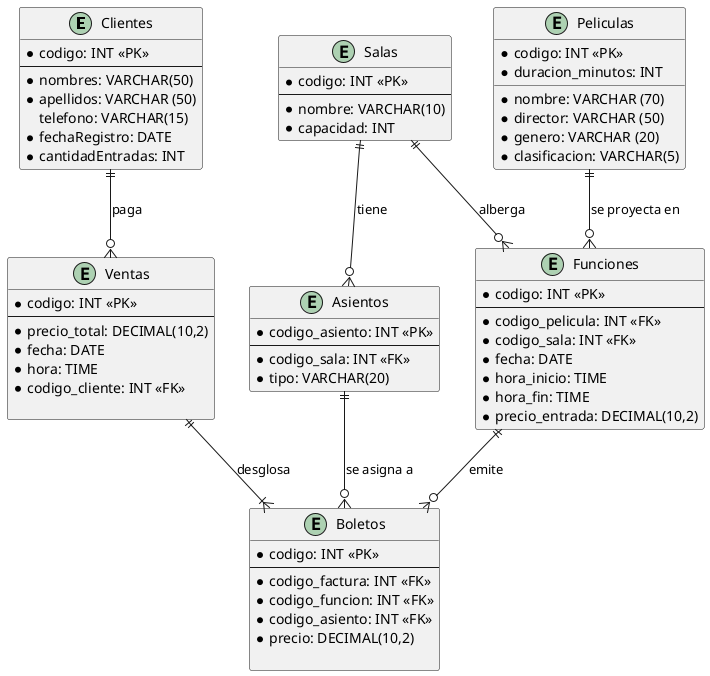
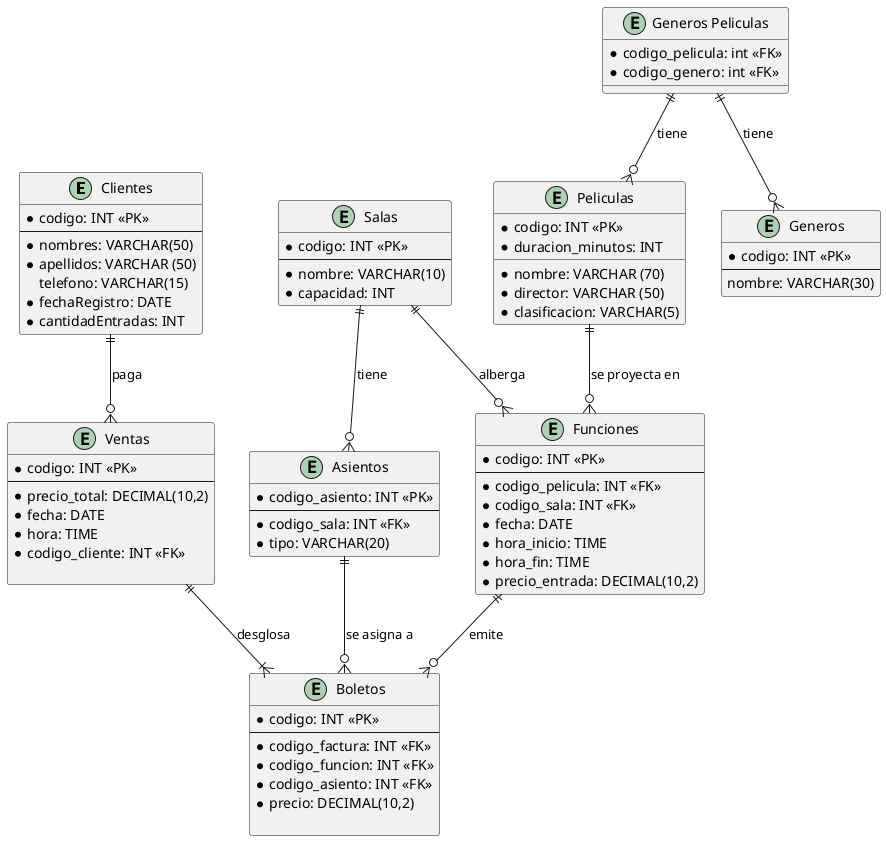
@startuml

entity "Clientes" as Clientes{
    * codigo: INT <<PK>>
    --
    * nombres: VARCHAR(50)
    * apellidos: VARCHAR (50)
    telefono: VARCHAR(15)
    * fechaRegistro: DATE
    * cantidadEntradas: INT
}

entity "Salas" as Salas{
    * codigo: INT <<PK>>
    --
    * nombre: VARCHAR(10)
    * capacidad: INT
}

entity "Peliculas" as Peliculas{
    * codigo: INT <<PK>>
    * nombre: VARCHAR (70)
    * director: VARCHAR (50)
-     * genero: VARCHAR (20)
    * duracion_minutos: INT
    * clasificacion: VARCHAR(5)
}

entity "Funciones" as Funciones{
    * codigo: INT <<PK>>
    --
    * codigo_pelicula: INT <<FK>>
    * codigo_sala: INT <<FK>>
    * fecha: DATE
    * hora_inicio: TIME
    * hora_fin: TIME
    * precio_entrada: DECIMAL(10,2)
}

entity "Asientos" as Asientos{
    * codigo_asiento: INT <<PK>>
    --
    * codigo_sala: INT <<FK>>
    * tipo: VARCHAR(20)
}

entity "Boletos" as Boletos{
    * codigo: INT <<PK>>
    --
    * codigo_factura: INT <<FK>>
    * codigo_funcion: INT <<FK>>
    * codigo_asiento: INT <<FK>>
    * precio: DECIMAL(10,2)

}
entity "Ventas" as Ventas{
    * codigo: INT <<PK>>
    --
    * precio_total: DECIMAL(10,2)
    * fecha: DATE
    * hora: TIME
    * codigo_cliente: INT <<FK>>

}
+ 
+ entity "Generos" as Generos{
+     * codigo: INT <<PK>>
+     --
+     nombre: VARCHAR(30)
+ }
+ 
+ entity "Generos Peliculas" as Generos_Peliculas{
+     * codigo_pelicula: int <<FK>>
+     * codigo_genero: int <<FK>>
+ }
+ 
+ Generos_Peliculas ||--o{ Generos : "tiene"
+ "Generos_Peliculas" ||--o{ Peliculas : "tiene"
+ 
' Una Sala tiene muchos Asientos
Salas ||--o{ Asientos : "tiene"

' Una Película tiene muchas Funciones
Peliculas ||--o{ Funciones : "se proyecta en"

' Una Sala tiene muchas Funciones
Salas ||--o{ Funciones : "alberga"

' Un Cliente tiene muchas Ventas
Clientes ||--o{ Ventas : "paga"

' Una Venta tiene muchos Boletos (Detalles)
Ventas ||--|{ Boletos : "desglosa"

' Una Función tiene muchos Boletos vendidos
Funciones ||--o{ Boletos : "emite"

' Un Asiento puede estar en muchos Boletos (en diferentes funciones)
Asientos ||--o{ Boletos : "se asigna a"
@enduml